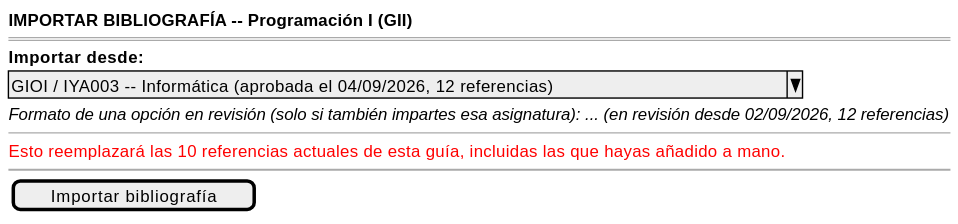
Earlier version of the PlantUML export images/RUP/01-requisitos/03-detalle-casos-uso/importarBibliografiaDeGuiaHermana/wireframe.svg (mmasias/pyCeldaPublico). Its diagram source:
```plantuml
@startsalt importarBibliografiaDeGuiaHermana-wireframe
{
    <b>IMPORTAR BIBLIOGRAFÍA -- Programación I (GII)</b>
    ====
    <b>Importar desde:</b>
    ^GIOI / IYA003 -- Informática (aprobada el 04/09/2026, 12 referencias)^
    <i>Formato de una opción en revisión (solo si también impartes esa asignatura): ... (en revisión desde 02/09/2026, 12 referencias)</i>
    --
    <color:red>Esto reemplazará las 10 referencias actuales de esta guía, incluidas las que hayas añadido a mano.</color>
    ~~
    {[Importar bibliografía]}
}
@endsalt
```
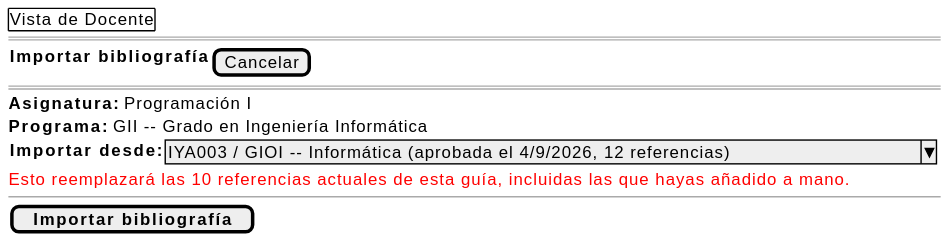
The same diagram one commit later.

What changed in the source:
```diff
@@ -1,13 +1,14 @@
 @startsalt importarBibliografiaDeGuiaHermana-wireframe
 {
-    <b>IMPORTAR BIBLIOGRAFÍA -- Programación I (GII)</b>
+    {+ Vista de Docente }
     ====
-    <b>Importar desde:</b>
-    ^GIOI / IYA003 -- Informática (aprobada el 04/09/2026, 12 referencias)^
-    <i>Formato de una opción en revisión (solo si también impartes esa asignatura): ... (en revisión desde 02/09/2026, 12 referencias)</i>
+    {<b>Importar bibliografía</b> | [Cancelar]}
+    ====
+    <b>Asignatura:</b> Programación I
+    <b>Programa:</b> GII -- Grado en Ingeniería Informática
+    {<b>Importar desde:</b> | ^IYA003 / GIOI -- Informática (aprobada el 4/9/2026, 12 referencias)^}
+    <color:red>Esto reemplazará las 10 referencias actuales de esta guía, incluidas las que hayas añadido a mano.</color>
     --
-    <color:red>Esto reemplazará las 10 referencias actuales de esta guía, incluidas las que hayas añadido a mano.</color>
-    ~~
-    {[Importar bibliografía]}
+    [<b>Importar bibliografía</b>]
 }
 @endsalt
```
